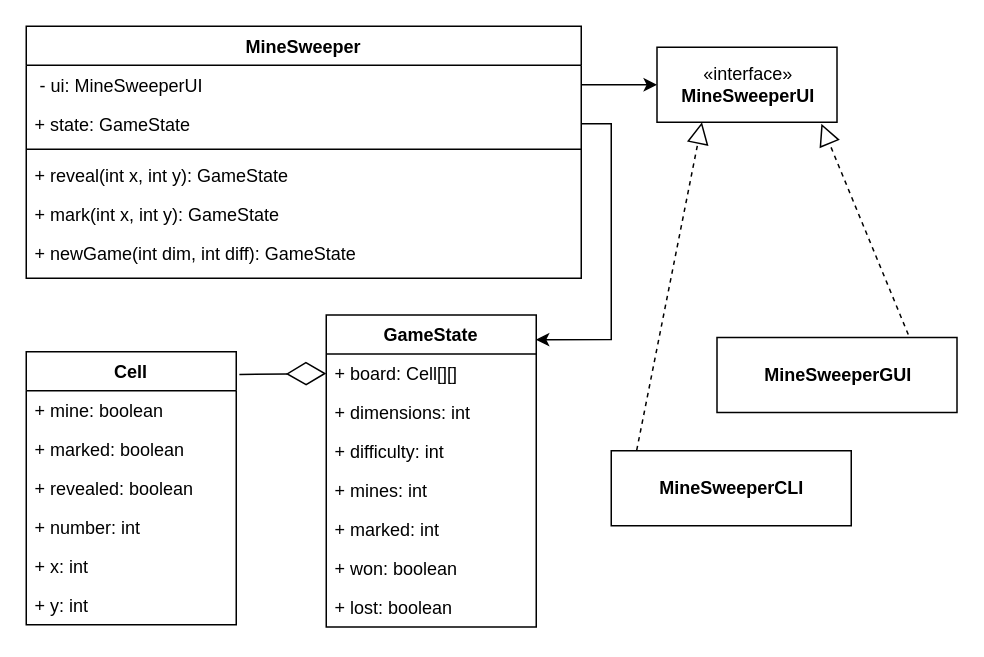
bkis/JMines keeps this draw.io diagram as extras/MineSweeper-UML.drawio. Above is the earlier version. Source tidied: cells renumbered, new cells numbered last; positions are measured from the earlier drawing's top-left corner, leaving out a move shared by most shapes. Both pictures are drawn from the tidied source at 150%, with x=0, y=0 at pixel (26, 26).
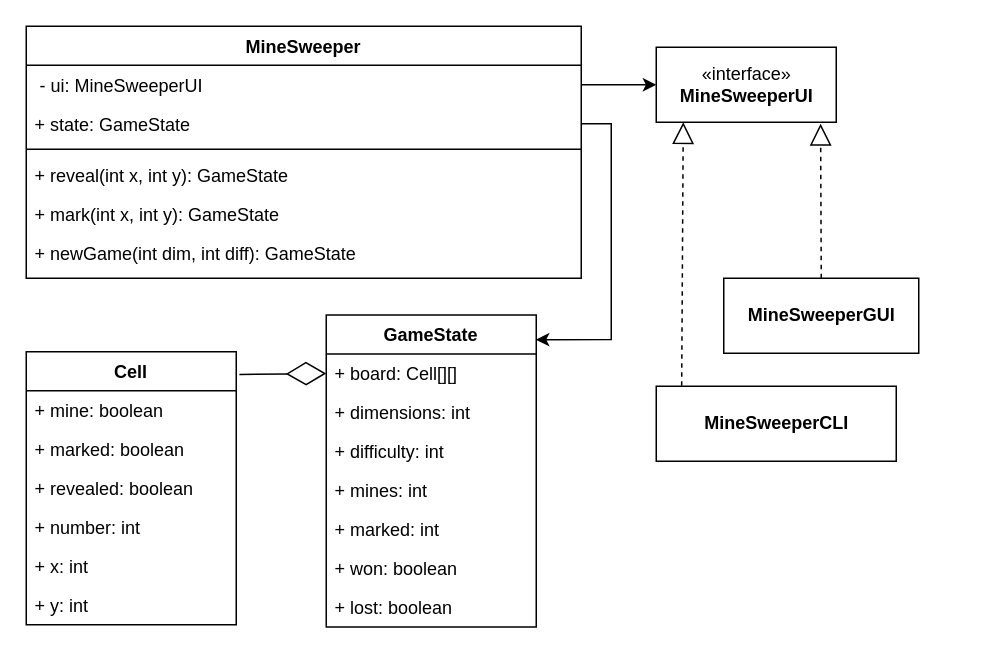
After the change.

Commit message (it also covers changes not shown here):
Improve UML diagram

What changed in the source:
```diff
@@
     <mxCell id="24" value="«interface»&lt;br&gt;&lt;b&gt;MineSweeperUI&lt;/b&gt;" style="html=1;" parent="1" vertex="1">
-      <mxGeometry x="420.5" y="14" width="120" height="50" as="geometry" />
+      <mxGeometry x="420" y="14" width="120" height="50" as="geometry" />
     </mxCell>
@@
     <mxCell id="28" value="&lt;div&gt;&lt;b&gt;MineSweeperCLI&lt;/b&gt;&lt;/div&gt;" style="html=1;" parent="1" vertex="1">
-      <mxGeometry x="390" y="283" width="160" height="50" as="geometry" />
+      <mxGeometry x="420" y="240" width="160" height="50" as="geometry" />
     </mxCell>
     <mxCell id="29" value="&lt;div&gt;&lt;b&gt;MineSweeperGUI&lt;/b&gt;&lt;/div&gt;" style="html=1;" parent="1" vertex="1">
-      <mxGeometry x="460.5" y="207.5" width="160" height="50" as="geometry" />
+      <mxGeometry x="465" y="168" width="130" height="50" as="geometry" />
     </mxCell>
-    <mxCell id="30" style="endArrow=block;dashed=1;endFill=0;endSize=12;html=1;exitX=0.106;exitY=-0.006;exitDx=0;exitDy=0;entryX=0.25;entryY=1;entryDx=0;entryDy=0;exitPerimeter=0;" parent="1" edge="1" source="28" target="24">
+    <mxCell id="30" style="endArrow=block;dashed=1;endFill=0;endSize=12;html=1;exitX=0.106;exitY=-0.006;exitDx=0;exitDy=0;entryX=0.15;entryY=1;entryDx=0;entryDy=0;exitPerimeter=0;entryPerimeter=0;" parent="1" edge="1" source="28" target="24">
       <mxGeometry relative="1" as="geometry" />
     </mxCell>
-    <mxCell id="31" style="endArrow=block;dashed=1;endFill=0;endSize=12;html=1;entryX=0.913;entryY=1.02;entryDx=0;entryDy=0;exitX=0.797;exitY=-0.039;exitDx=0;exitDy=0;entryPerimeter=0;exitPerimeter=0;" parent="1" edge="1" source="29" target="24">
+    <mxCell id="31" style="endArrow=block;dashed=1;endFill=0;endSize=12;html=1;entryX=0.913;entryY=1.02;entryDx=0;entryDy=0;exitX=0.5;exitY=0;exitDx=0;exitDy=0;entryPerimeter=0;" parent="1" edge="1" source="29" target="24">
       <mxGeometry relative="1" as="geometry" />
     </mxCell>
```
